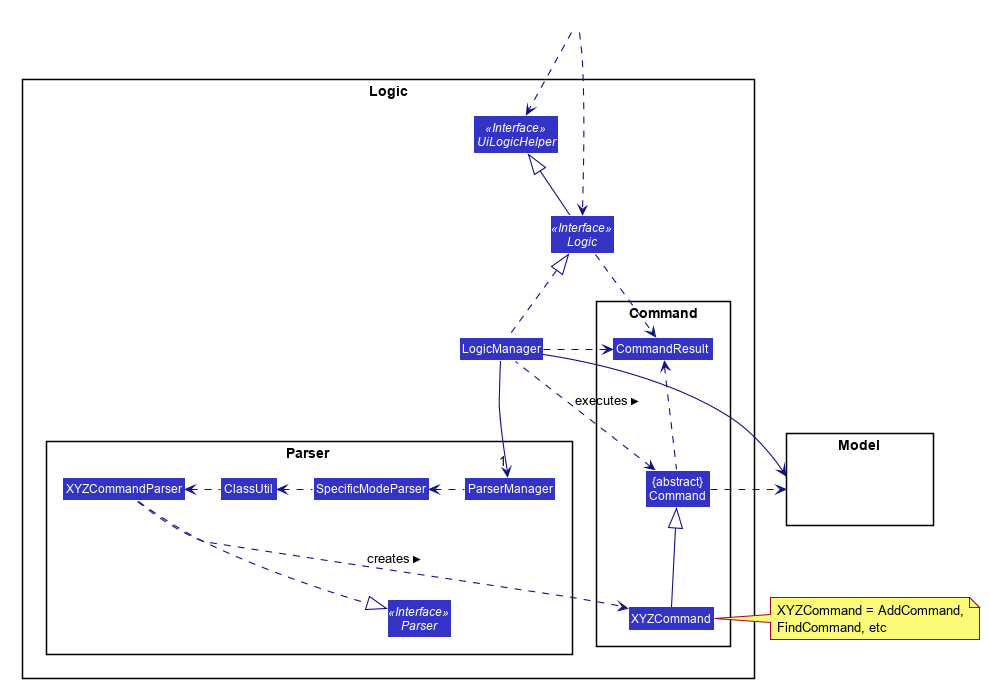
Before: docs/images/LogicClassDiagram.png, a diagram exported from PlantUML (nus-cs2103-AY1920S1/addressbook-level3).
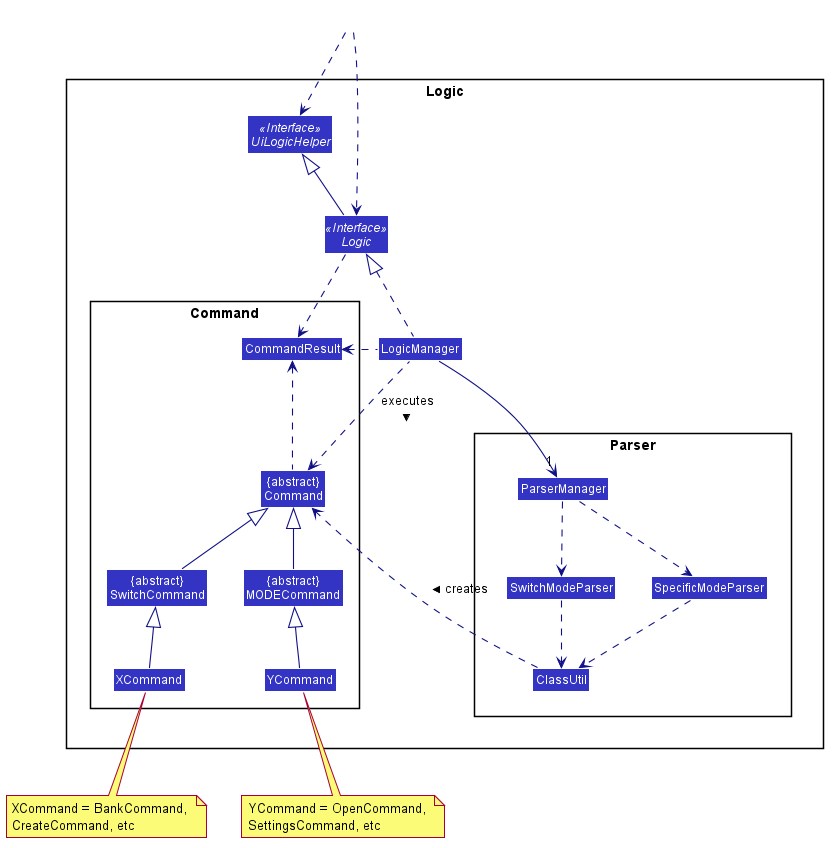
The same file after the commit.

Commit message:
3 Diagrams for ParserManager

What changed in the source:
```diff
@@ -1,4 +1,5 @@
 @startuml
+
 
 
 
@@ -54,17 +55,19 @@
 package Logic {
 
 package Parser {
-Interface Parser <<Interface>>
 Class ParserManager
-Class XYZCommandParser
+Class SwitchModeParser
 Class SpecificModeParser
 Class ClassUtil
 }
 
 package Command {
-Class XYZCommand
+Class XCommand
+Class YCommand
 Class CommandResult
 Class "{abstract}\nCommand" as Command
+Class "{abstract}\nMODECommand" as MODECommand
+Class "{abstract}\nSwitchCommand" as SwitchCommand
 }
 
 
@@ -74,9 +77,7 @@
 }
 
 
-package Model{
-Class HiddenModel #FFFFFF
-}
+
 
 Class HiddenOutside #FFFFFF
 HiddenOutside ..> Logic
@@ -86,21 +87,25 @@
 
 LogicManager .up.|> Logic
 LogicManager -->"1" ParserManager
-ParserManager .left.> SpecificModeParser
-SpecificModeParser .left.> ClassUtil
-ClassUtil .left.> XYZCommandParser
+ParserManager ..> SpecificModeParser
+ParserManager ..> SwitchModeParser
+SpecificModeParser ..> ClassUtil
+SwitchModeParser ..> ClassUtil
 
-XYZCommandParser ..> XYZCommand : creates >
-XYZCommandParser ..|> Parser
-XYZCommand -up-|> Command
+ClassUtil ..> Command : creates >
+XCommand -up-|> SwitchCommand
+YCommand -up-|> MODECommand
+SwitchCommand -up-|> Command
+MODECommand -up-|> Command
 LogicManager .left.> Command : executes >
 
-LogicManager --> Model
-Command .right.> Model
-note right of XYZCommand: XYZCommand = AddCommand, \nFindCommand, etc
+
+note bottom of YCommand: YCommand = OpenCommand, \nSettingsCommand, etc
+note bottom of XCommand: XCommand = BankCommand, \nCreateCommand, etc
+
 
 Logic ..> CommandResult
-LogicManager .down.> CommandResult
+LogicManager .left.> CommandResult
 Command .up.> CommandResult
 CommandResult -[hidden]-> Parser
 @enduml
```
